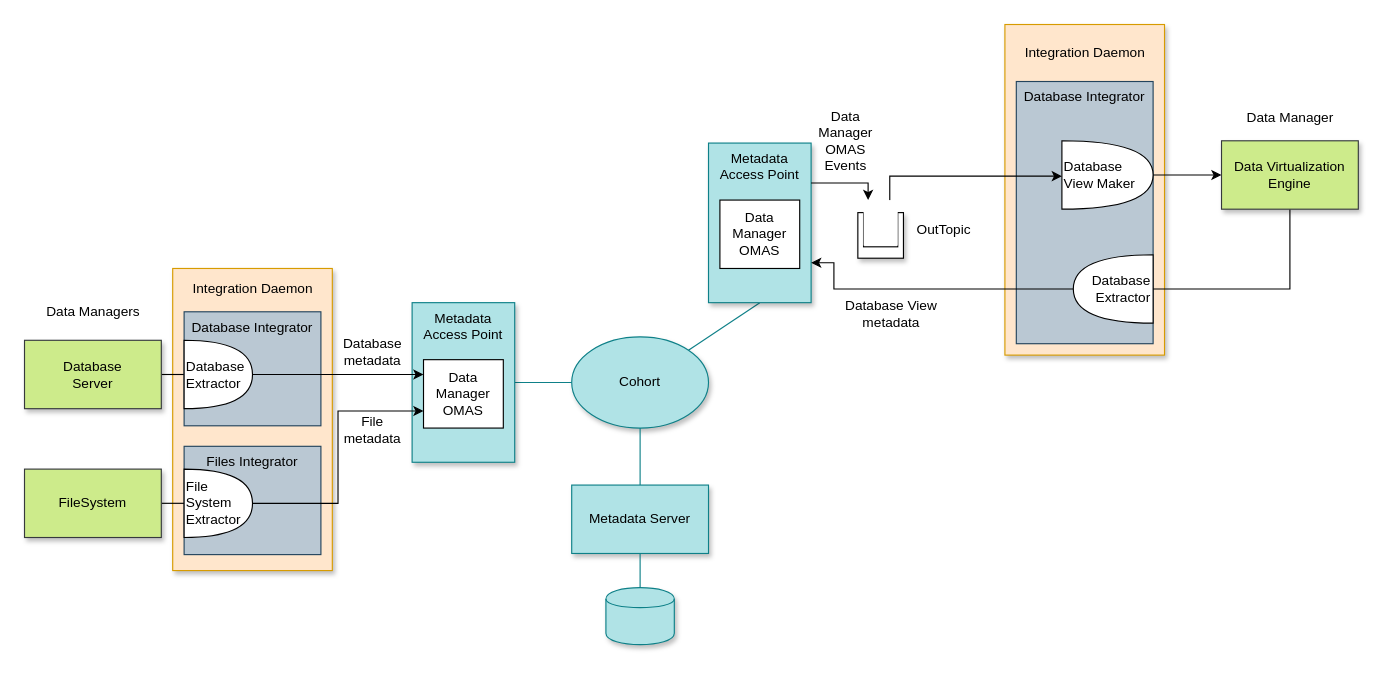
Before: page "metadata-synchronization" (3 of 3) of site/docs/scenarios/data-manager-integration/data-manager-integration.drawio in odpi/egeria-docs, a draw.io diagram. Source tidied: cells renumbered, new cells numbered last; positions are measured from the earlier drawing's top-left corner, leaving out a move shared by most shapes. Both pictures are drawn from the tidied source at 114%, with x=0, y=0 at pixel (24, 24).
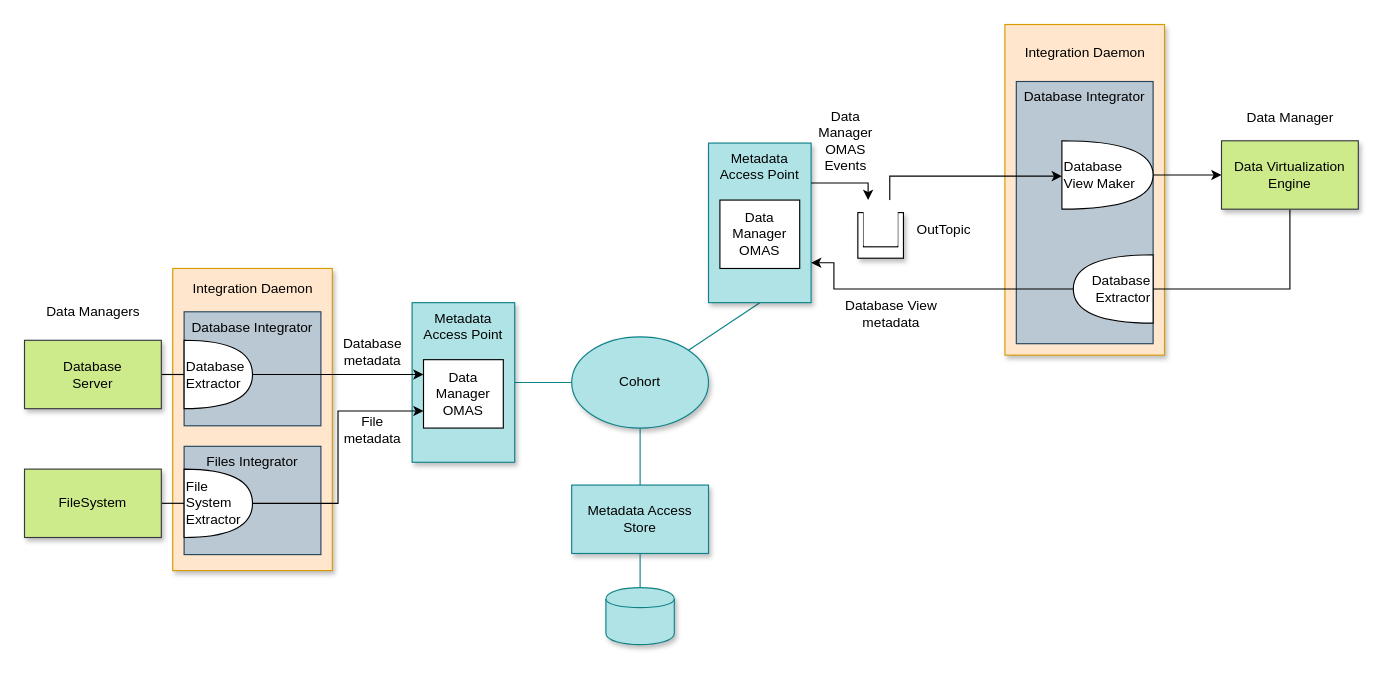
The same diagram, later.

The edit, as a diff of the source:
```diff
@@
-    <mxCell id="6" value="Metadata Server" style="rounded=0;whiteSpace=wrap;html=1;fillColor=#b0e3e6;strokeColor=#0e8088;shadow=1;" parent="1" vertex="1">
+    <mxCell id="6" value="Metadata Access Store" style="rounded=0;whiteSpace=wrap;html=1;fillColor=#b0e3e6;strokeColor=#0e8088;shadow=1;" parent="1" vertex="1">
       <mxGeometry x="480" y="404" width="120" height="60" as="geometry" />
     </mxCell>
```
